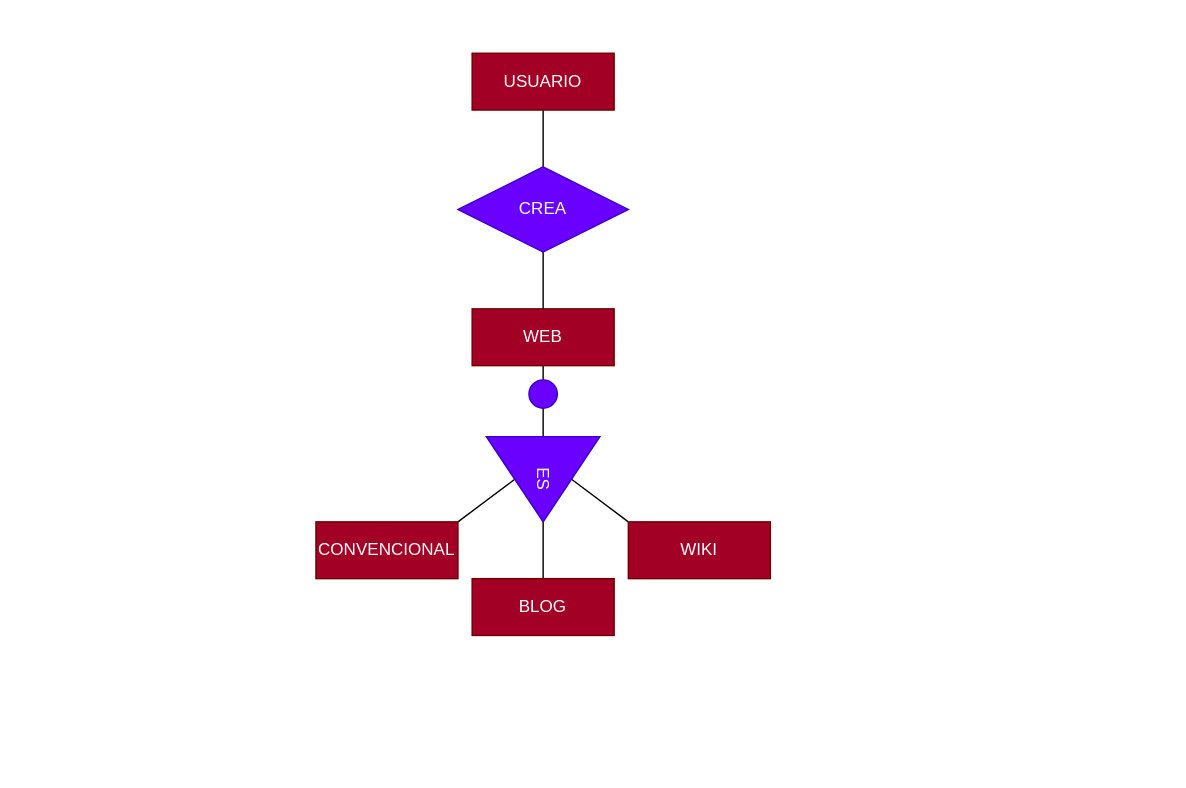
Earlier version of the draw.io diagram page "9" (2 of 3) of 8_9_10.drawio (antonionavarro04/diagramas). Source tidied: cells renumbered, new cells numbered last; positions are measured from the earlier drawing's top-left corner, leaving out a move shared by most shapes. Both pictures are drawn from the tidied source at 142%, with x=0, y=0 at pixel (315, 53).
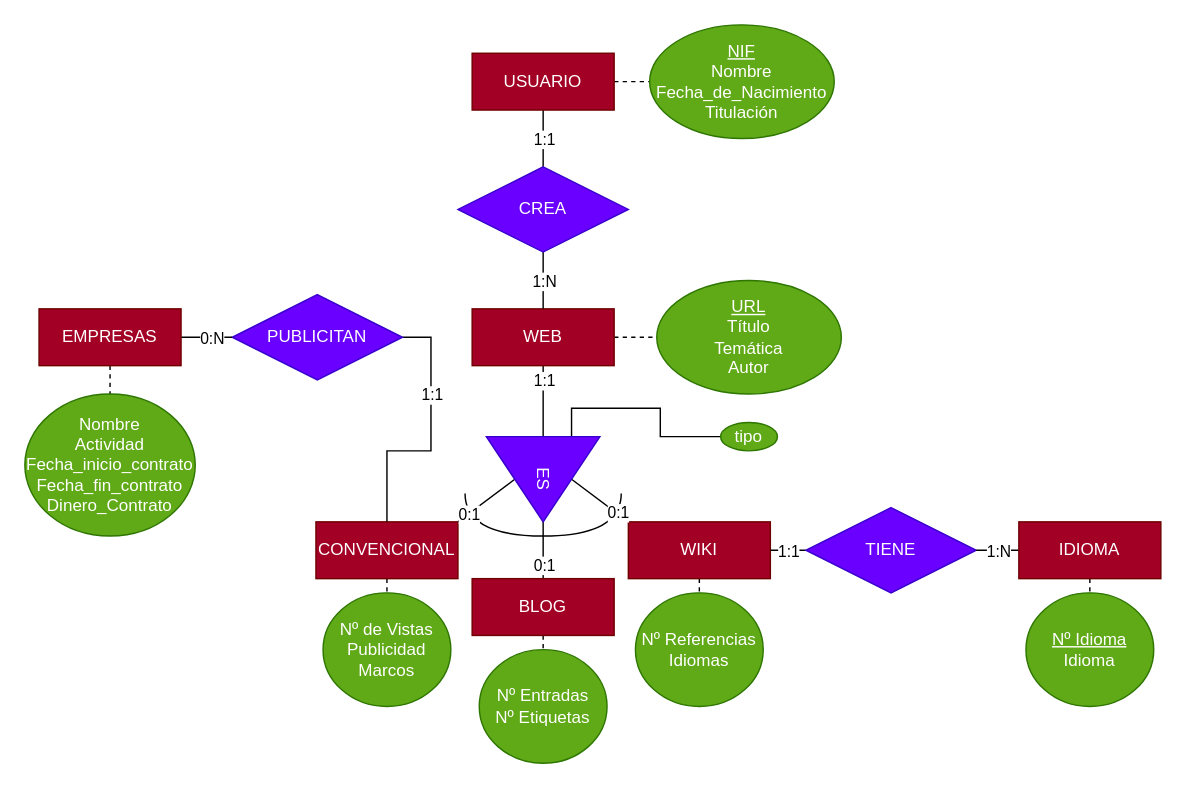
After the change.

Unchanged cells that the change refers to:
```xml
<mxCell id="2" style="edgeStyle=orthogonalEdgeStyle;rounded=0;jettySize=auto;html=1;exitX=0.5;exitY=1;exitDx=0;exitDy=0;entryX=0.5;entryY=0;entryDx=0;entryDy=0;endArrow=none;endFill=0;" parent="1" edge="1" source="3" target="8">
  <mxGeometry relative="1" as="geometry" />
</mxCell>
<mxCell id="3" value="USUARIO" style="whiteSpace=wrap;html=1;align=center;fillColor=#a20025;fontColor=#ffffff;strokeColor=#6F0000;" parent="1" vertex="1">
  <mxGeometry x="110" width="100" height="40" as="geometry" />
</mxCell>
<mxCell id="6" value="WEB" style="whiteSpace=wrap;html=1;align=center;fillColor=#a20025;fontColor=#ffffff;strokeColor=#6F0000;" parent="1" vertex="1">
  <mxGeometry x="110" y="180" width="100" height="40" as="geometry" />
</mxCell>
<mxCell id="12" value="ES" style="triangle;whiteSpace=wrap;html=1;rotation=90;fillColor=#6a00ff;fontColor=#ffffff;strokeColor=#3700CC;" parent="1" vertex="1">
  <mxGeometry x="130" y="260" width="60" height="80" as="geometry" />
</mxCell>
<mxCell id="14" value="BLOG" style="whiteSpace=wrap;html=1;align=center;fillColor=#a20025;strokeColor=#6F0000;fontColor=#ffffff;" parent="1" vertex="1">
  <mxGeometry x="110" y="370" width="100" height="40" as="geometry" />
</mxCell>
<mxCell id="15" value="WIKI" style="whiteSpace=wrap;html=1;align=center;fillColor=#a20025;strokeColor=#6F0000;fontColor=#ffffff;" parent="1" vertex="1">
  <mxGeometry x="220" y="330" width="100" height="40" as="geometry" />
</mxCell>
<mxCell id="16" value="CONVENCIONAL" style="whiteSpace=wrap;html=1;align=center;fillColor=#a20025;strokeColor=#6F0000;fontColor=#ffffff;" parent="1" vertex="1">
  <mxGeometry y="330" width="100" height="40" as="geometry" />
</mxCell>
```

Diff of the diagram source:
```diff
@@
+    <mxCell id="17" value="1:1" style="edgeLabel;html=1;align=center;verticalAlign=middle;" parent="2" vertex="1">
+      <mxGeometry x="-0.79" relative="1" as="geometry">
+        <mxPoint y="16" as="offset" />
+      </mxGeometry>
+    </mxCell>
+    <mxCell id="18" style="edgeStyle=orthogonalEdgeStyle;rounded=0;jettySize=auto;html=1;exitX=1;exitY=0.5;exitDx=0;exitDy=0;entryX=0;entryY=0.5;entryDx=0;entryDy=0;endArrow=none;endFill=0;dashed=1;" parent="1" edge="1" source="3" target="34">
+      <mxGeometry relative="1" as="geometry" />
+    </mxCell>
@@
-    <mxCell id="4" style="edgeStyle=orthogonalEdgeStyle;rounded=0;jettySize=auto;html=1;exitX=0.5;exitY=1;exitDx=0;exitDy=0;entryX=0;entryY=0.5;entryDx=0;entryDy=0;endArrow=none;endFill=0;startArrow=none;" parent="1" edge="1" source="13" target="12">
+    <mxCell id="4" style="edgeStyle=orthogonalEdgeStyle;rounded=0;jettySize=auto;html=1;exitX=0.5;exitY=1;exitDx=0;exitDy=0;entryX=0;entryY=0.5;entryDx=0;entryDy=0;endArrow=none;endFill=0;startArrow=none;" parent="1" edge="1" source="6" target="12">
       <mxGeometry relative="1" as="geometry" />
     </mxCell>
-    <mxCell id="5" style="edgeStyle=orthogonalEdgeStyle;rounded=0;jettySize=auto;html=1;exitX=0.5;exitY=1;exitDx=0;exitDy=0;entryX=0.5;entryY=0;entryDx=0;entryDy=0;endArrow=none;endFill=0;" parent="1" edge="1" source="6" target="13">
-      <mxGeometry relative="1" as="geometry" />
-    </mxCell>
+    <mxCell id="19" style="edgeStyle=orthogonalEdgeStyle;rounded=0;jettySize=auto;html=1;exitX=1;exitY=0.5;exitDx=0;exitDy=0;entryX=0;entryY=0.5;entryDx=0;entryDy=0;dashed=1;endArrow=none;endFill=0;" parent="1" edge="1" source="6" target="35">
+      <mxGeometry relative="1" as="geometry" />
+    </mxCell>
@@
+    <mxCell id="20" style="edgeStyle=orthogonalEdgeStyle;rounded=0;jettySize=auto;html=1;exitX=0;exitY=0.25;exitDx=0;exitDy=0;endArrow=none;endFill=0;entryX=0;entryY=0.5;entryDx=0;entryDy=0;" parent="1" edge="1" source="12" target="25">
+      <mxGeometry relative="1" as="geometry" />
+    </mxCell>
@@
-    <mxCell id="13" style="ellipse;whiteSpace=wrap;html=1;fillColor=#6a00ff;fontColor=#ffffff;strokeColor=#3700CC;" parent="1" vertex="1">
-      <mxGeometry x="150" y="230" width="20" height="20" as="geometry" />
-    </mxCell>
+    <mxCell id="21" style="edgeStyle=orthogonalEdgeStyle;rounded=0;jettySize=auto;html=1;exitX=0.5;exitY=1;exitDx=0;exitDy=0;entryX=0.5;entryY=0;entryDx=0;entryDy=0;dashed=1;endArrow=none;endFill=0;" parent="1" edge="1" source="14" target="37">
+      <mxGeometry relative="1" as="geometry" />
+    </mxCell>
@@
+    <mxCell id="22" style="edgeStyle=orthogonalEdgeStyle;rounded=0;jettySize=auto;html=1;exitX=0.5;exitY=1;exitDx=0;exitDy=0;entryX=0.5;entryY=0;entryDx=0;entryDy=0;endArrow=none;endFill=0;dashed=1;" parent="1" edge="1" source="15" target="38">
+      <mxGeometry relative="1" as="geometry" />
+    </mxCell>
@@
+    <mxCell id="23" style="edgeStyle=orthogonalEdgeStyle;rounded=0;jettySize=auto;html=1;exitX=0.5;exitY=1;exitDx=0;exitDy=0;entryX=0.5;entryY=0;entryDx=0;entryDy=0;dashed=1;endArrow=none;endFill=0;" parent="1" edge="1" source="16" target="36">
+      <mxGeometry relative="1" as="geometry" />
+    </mxCell>
@@
+    <mxCell id="24" style="endArrow=none;html=1;rounded=0;curved=1;edgeStyle=orthogonalEdgeStyle;" parent="1" edge="1">
+      <mxGeometry relative="1" as="geometry">
+        <mxPoint x="105" y="310" as="sourcePoint" />
+        <mxPoint x="215" y="310" as="targetPoint" />
+        <Array as="points">
+          <mxPoint x="105" y="340" />
+          <mxPoint x="215" y="340" />
+        </Array>
+      </mxGeometry>
+    </mxCell>
+    <mxCell id="25" value="tipo" style="ellipse;whiteSpace=wrap;html=1;align=center;fillColor=#60a917;fontColor=#ffffff;strokeColor=#2D7600;" parent="1" vertex="1">
+      <mxGeometry x="285" y="260" width="40" height="20" as="geometry" />
+    </mxCell>
+    <mxCell id="26" style="edgeStyle=orthogonalEdgeStyle;rounded=0;jettySize=auto;html=1;exitX=1;exitY=0.5;exitDx=0;exitDy=0;entryX=0.5;entryY=0;entryDx=0;entryDy=0;endArrow=none;endFill=0;" parent="1" edge="1" source="27" target="16">
+      <mxGeometry relative="1" as="geometry" />
+    </mxCell>
+    <mxCell id="27" value="PUBLICITAN" style="shape=rhombus;perimeter=rhombusPerimeter;whiteSpace=wrap;html=1;align=center;fillColor=#6a00ff;fontColor=#ffffff;strokeColor=#3700CC;" parent="1" vertex="1">
+      <mxGeometry x="-59" y="170" width="120" height="60" as="geometry" />
+    </mxCell>
+    <mxCell id="28" style="edgeStyle=orthogonalEdgeStyle;rounded=0;jettySize=auto;html=1;exitX=1;exitY=0.5;exitDx=0;exitDy=0;entryX=0;entryY=0.5;entryDx=0;entryDy=0;endArrow=none;endFill=0;" parent="1" edge="1" source="31" target="27">
+      <mxGeometry relative="1" as="geometry" />
+    </mxCell>
+    <mxCell id="29" value="0:N" style="edgeLabel;html=1;align=center;verticalAlign=middle;" parent="28" vertex="1">
+      <mxGeometry x="0.16" relative="1" as="geometry" />
+    </mxCell>
+    <mxCell id="30" style="edgeStyle=orthogonalEdgeStyle;rounded=0;jettySize=auto;html=1;exitX=0.5;exitY=1;exitDx=0;exitDy=0;entryX=0.5;entryY=0;entryDx=0;entryDy=0;dashed=1;endArrow=none;endFill=0;" parent="1" edge="1" source="31" target="47">
+      <mxGeometry relative="1" as="geometry" />
+    </mxCell>
+    <mxCell id="31" value="EMPRESAS" style="whiteSpace=wrap;html=1;align=center;fillColor=#a20025;fontColor=#ffffff;strokeColor=#6F0000;" parent="1" vertex="1">
+      <mxGeometry x="-195" y="180" width="100" height="40" as="geometry" />
+    </mxCell>
+    <mxCell id="32" value="1:1" style="edgeLabel;html=1;align=center;verticalAlign=middle;" parent="1" vertex="1">
+      <mxGeometry x="81" y="240" as="geometry" />
+    </mxCell>
+    <mxCell id="33" value="1:N" style="edgeLabel;html=1;align=center;verticalAlign=middle;" parent="1" vertex="1">
+      <mxGeometry x="160" y="160" as="geometry" />
+    </mxCell>
+    <mxCell id="34" value="&lt;u&gt;NIF&lt;/u&gt;&lt;br&gt;Nombre&lt;br&gt;Fecha_de_Nacimiento&lt;br&gt;Titulación" style="ellipse;whiteSpace=wrap;html=1;fillColor=#60a917;fontColor=#ffffff;strokeColor=#2D7600;" parent="1" vertex="1">
+      <mxGeometry x="235" y="-20" width="130" height="80" as="geometry" />
+    </mxCell>
+    <mxCell id="35" value="&lt;u&gt;URL&lt;/u&gt;&lt;br&gt;Título&lt;br&gt;Temática&lt;br&gt;Autor" style="ellipse;whiteSpace=wrap;html=1;fillColor=#60a917;fontColor=#ffffff;strokeColor=#2D7600;" parent="1" vertex="1">
+      <mxGeometry x="240" y="160" width="130" height="80" as="geometry" />
+    </mxCell>
+    <mxCell id="36" value="Nº de Vistas&lt;br&gt;Publicidad&lt;br&gt;Marcos" style="ellipse;whiteSpace=wrap;html=1;fillColor=#60a917;fontColor=#ffffff;strokeColor=#2D7600;" parent="1" vertex="1">
+      <mxGeometry x="5" y="380" width="90" height="80" as="geometry" />
+    </mxCell>
+    <mxCell id="37" value="Nº Entradas&lt;br&gt;Nº Etiquetas" style="ellipse;whiteSpace=wrap;html=1;fillColor=#60a917;fontColor=#ffffff;strokeColor=#2D7600;" parent="1" vertex="1">
+      <mxGeometry x="115" y="420" width="90" height="80" as="geometry" />
+    </mxCell>
+    <mxCell id="38" value="Nº Referencias&lt;br&gt;Idiomas" style="ellipse;whiteSpace=wrap;html=1;fillColor=#60a917;fontColor=#ffffff;strokeColor=#2D7600;" parent="1" vertex="1">
+      <mxGeometry x="225" y="380" width="90" height="80" as="geometry" />
+    </mxCell>
+    <mxCell id="39" style="edgeStyle=orthogonalEdgeStyle;rounded=0;jettySize=auto;html=1;exitX=0;exitY=0.5;exitDx=0;exitDy=0;entryX=1;entryY=0.5;entryDx=0;entryDy=0;endArrow=none;endFill=0;" parent="1" edge="1" source="40" target="15">
+      <mxGeometry relative="1" as="geometry" />
+    </mxCell>
+    <mxCell id="40" value="TIENE" style="shape=rhombus;perimeter=rhombusPerimeter;whiteSpace=wrap;html=1;align=center;fillColor=#6a00ff;fontColor=#ffffff;strokeColor=#3700CC;" parent="1" vertex="1">
+      <mxGeometry x="345" y="320" width="120" height="60" as="geometry" />
+    </mxCell>
+    <mxCell id="41" style="edgeStyle=orthogonalEdgeStyle;rounded=0;jettySize=auto;html=1;exitX=0;exitY=0.5;exitDx=0;exitDy=0;entryX=1;entryY=0.5;entryDx=0;entryDy=0;endArrow=none;endFill=0;" parent="1" edge="1" source="43" target="40">
+      <mxGeometry relative="1" as="geometry" />
+    </mxCell>
+    <mxCell id="42" style="edgeStyle=orthogonalEdgeStyle;rounded=0;jettySize=auto;html=1;exitX=0.5;exitY=1;exitDx=0;exitDy=0;entryX=0.5;entryY=0;entryDx=0;entryDy=0;dashed=1;endArrow=none;endFill=0;" parent="1" edge="1" source="43" target="44">
+      <mxGeometry relative="1" as="geometry" />
+    </mxCell>
+    <mxCell id="43" value="IDIOMA" style="whiteSpace=wrap;html=1;align=center;fillColor=#a20025;strokeColor=#6F0000;fontColor=#ffffff;" parent="1" vertex="1">
+      <mxGeometry x="495" y="330" width="100" height="40" as="geometry" />
+    </mxCell>
+    <mxCell id="44" value="&lt;u&gt;Nº Idioma&lt;/u&gt;&lt;br&gt;Idioma" style="ellipse;whiteSpace=wrap;html=1;fillColor=#60a917;fontColor=#ffffff;strokeColor=#2D7600;" parent="1" vertex="1">
+      <mxGeometry x="500" y="380" width="90" height="80" as="geometry" />
+    </mxCell>
+    <mxCell id="45" value="1:1" style="edgeLabel;html=1;align=center;verticalAlign=middle;" parent="1" vertex="1">
+      <mxGeometry x="332" y="350" as="geometry" />
+    </mxCell>
+    <mxCell id="46" value="1:N" style="edgeLabel;html=1;align=center;verticalAlign=middle;" parent="1" vertex="1">
+      <mxGeometry x="480" y="350" as="geometry" />
+    </mxCell>
+    <mxCell id="47" value="Nombre&lt;br&gt;Actividad&lt;br&gt;Fecha_inicio_contrato&lt;br&gt;Fecha_fin_contrato&lt;br&gt;Dinero_Contrato" style="ellipse;whiteSpace=wrap;html=1;fillColor=#60a917;fontColor=#ffffff;strokeColor=#2D7600;" parent="1" vertex="1">
+      <mxGeometry x="-205" y="240" width="120" height="100" as="geometry" />
+    </mxCell>
+    <mxCell id="48" value="0:1" style="edgeLabel;html=1;align=center;verticalAlign=middle;" parent="1" vertex="1">
+      <mxGeometry x="107" y="324" as="geometry" />
+    </mxCell>
+    <mxCell id="49" value="0:1" style="edgeLabel;html=1;align=center;verticalAlign=middle;" parent="1" vertex="1">
+      <mxGeometry x="160" y="360" as="geometry" />
+    </mxCell>
+    <mxCell id="50" value="0:1" style="edgeLabel;html=1;align=center;verticalAlign=middle;" parent="1" vertex="1">
+      <mxGeometry x="212" y="323" as="geometry" />
+    </mxCell>
+    <mxCell id="51" value="1:1" style="edgeLabel;html=1;align=center;verticalAlign=middle;" parent="1" vertex="1">
+      <mxGeometry x="160" y="230" as="geometry" />
+    </mxCell>
```
